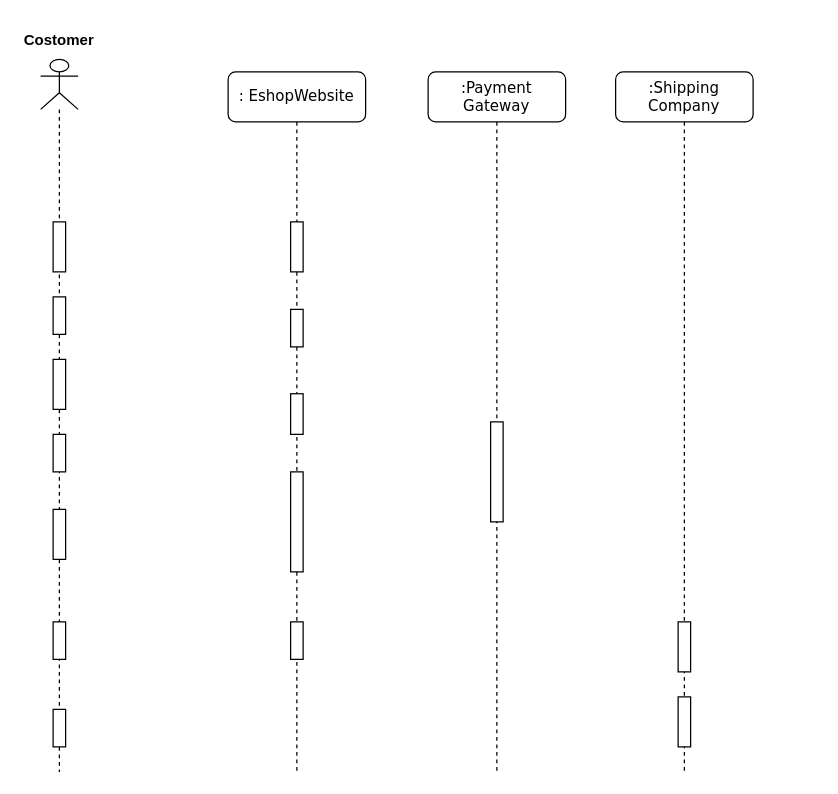
The draw.io diagram sequence Diagram.drawio in Arxonus/Programms, before the edit. Source tidied: cells renumbered, new cells numbered last; positions are measured from the earlier drawing's top-left corner, leaving out a move shared by most shapes. Both pictures are drawn from the tidied source at 125%, with x=0, y=0 at pixel (21, 21).
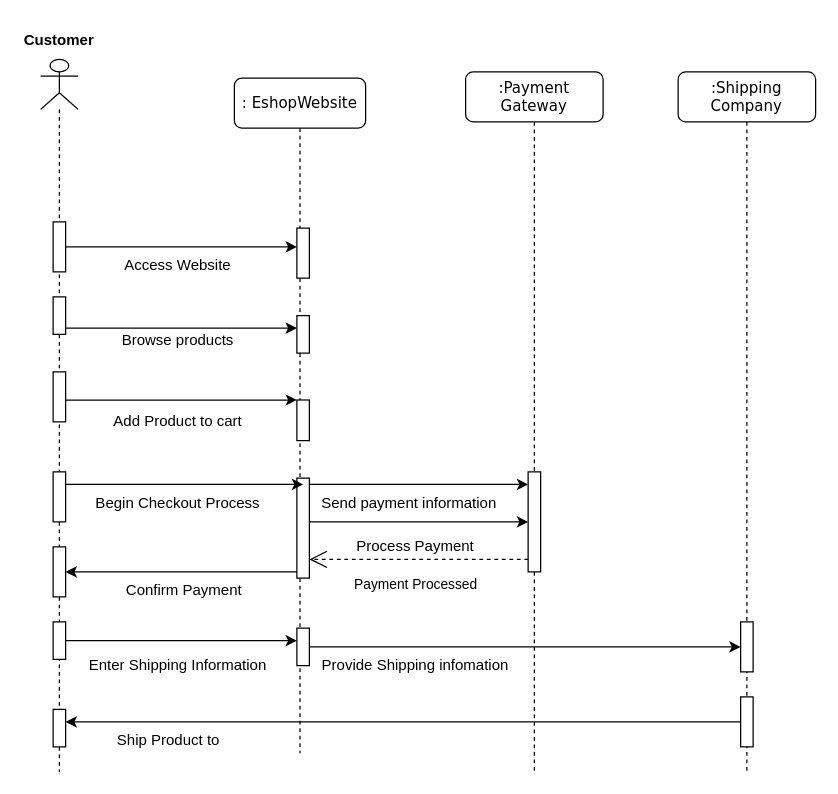
Above is the later version.

The change refers to these unchanged cells:
```xml
<mxCell id="3" style="html=1;points=[];perimeter=orthogonalPerimeter;outlineConnect=0;targetShapes=umlLifeline;portConstraint=eastwest;newEdgeStyle={&quot;edgeStyle&quot;:&quot;elbowEdgeStyle&quot;,&quot;elbow&quot;:&quot;vertical&quot;,&quot;curved&quot;:0,&quot;rounded&quot;:0};" parent="2" vertex="1">
  <mxGeometry x="50" y="120" width="10" height="40" as="geometry" />
</mxCell>
<mxCell id="4" style="html=1;points=[];perimeter=orthogonalPerimeter;outlineConnect=0;targetShapes=umlLifeline;portConstraint=eastwest;newEdgeStyle={&quot;edgeStyle&quot;:&quot;elbowEdgeStyle&quot;,&quot;elbow&quot;:&quot;vertical&quot;,&quot;curved&quot;:0,&quot;rounded&quot;:0};" parent="2" vertex="1">
  <mxGeometry x="50" y="190" width="10" height="30" as="geometry" />
</mxCell>
<mxCell id="5" style="html=1;points=[];perimeter=orthogonalPerimeter;outlineConnect=0;targetShapes=umlLifeline;portConstraint=eastwest;newEdgeStyle={&quot;edgeStyle&quot;:&quot;elbowEdgeStyle&quot;,&quot;elbow&quot;:&quot;vertical&quot;,&quot;curved&quot;:0,&quot;rounded&quot;:0};" parent="2" vertex="1">
  <mxGeometry x="50" y="257.5" width="10" height="32.5" as="geometry" />
</mxCell>
<mxCell id="6" style="html=1;points=[];perimeter=orthogonalPerimeter;outlineConnect=0;targetShapes=umlLifeline;portConstraint=eastwest;newEdgeStyle={&quot;edgeStyle&quot;:&quot;elbowEdgeStyle&quot;,&quot;elbow&quot;:&quot;vertical&quot;,&quot;curved&quot;:0,&quot;rounded&quot;:0};" parent="2" vertex="1">
  <mxGeometry x="50" y="320" width="10" height="80" as="geometry" />
</mxCell>
<mxCell id="7" style="html=1;points=[];perimeter=orthogonalPerimeter;outlineConnect=0;targetShapes=umlLifeline;portConstraint=eastwest;newEdgeStyle={&quot;edgeStyle&quot;:&quot;elbowEdgeStyle&quot;,&quot;elbow&quot;:&quot;vertical&quot;,&quot;curved&quot;:0,&quot;rounded&quot;:0};" parent="2" vertex="1">
  <mxGeometry x="50" y="440" width="10" height="30" as="geometry" />
</mxCell>
<mxCell id="12" style="html=1;points=[];perimeter=orthogonalPerimeter;outlineConnect=0;targetShapes=umlLifeline;portConstraint=eastwest;newEdgeStyle={&quot;edgeStyle&quot;:&quot;elbowEdgeStyle&quot;,&quot;elbow&quot;:&quot;vertical&quot;,&quot;curved&quot;:0,&quot;rounded&quot;:0};" parent="10" vertex="1">
  <mxGeometry x="50" y="500" width="10" height="40" as="geometry" />
</mxCell>
<mxCell id="13" style="shape=umlLifeline;perimeter=lifelinePerimeter;whiteSpace=wrap;html=1;newEdgeStyle={&quot;edgeStyle&quot;:&quot;elbowEdgeStyle&quot;,&quot;elbow&quot;:&quot;vertical&quot;,&quot;curved&quot;:0,&quot;rounded&quot;:0};participant=umlActor;" parent="1" vertex="1">
  <mxGeometry x="15" y="30" width="30" height="570" as="geometry" />
</mxCell>
<mxCell id="14" style="html=1;points=[];perimeter=orthogonalPerimeter;outlineConnect=0;targetShapes=umlLifeline;portConstraint=eastwest;newEdgeStyle={&quot;edgeStyle&quot;:&quot;elbowEdgeStyle&quot;,&quot;elbow&quot;:&quot;vertical&quot;,&quot;curved&quot;:0,&quot;rounded&quot;:0};" parent="13" vertex="1">
  <mxGeometry x="10" y="130" width="10" height="40" as="geometry" />
</mxCell>
<mxCell id="15" style="html=1;points=[];perimeter=orthogonalPerimeter;outlineConnect=0;targetShapes=umlLifeline;portConstraint=eastwest;newEdgeStyle={&quot;edgeStyle&quot;:&quot;elbowEdgeStyle&quot;,&quot;elbow&quot;:&quot;vertical&quot;,&quot;curved&quot;:0,&quot;rounded&quot;:0};" parent="13" vertex="1">
  <mxGeometry x="10" y="190" width="10" height="30" as="geometry" />
</mxCell>
<mxCell id="19" style="html=1;points=[];perimeter=orthogonalPerimeter;outlineConnect=0;targetShapes=umlLifeline;portConstraint=eastwest;newEdgeStyle={&quot;edgeStyle&quot;:&quot;elbowEdgeStyle&quot;,&quot;elbow&quot;:&quot;vertical&quot;,&quot;curved&quot;:0,&quot;rounded&quot;:0};" parent="13" vertex="1">
  <mxGeometry x="10" y="450" width="10" height="30" as="geometry" />
</mxCell>
<mxCell id="20" style="html=1;points=[];perimeter=orthogonalPerimeter;outlineConnect=0;targetShapes=umlLifeline;portConstraint=eastwest;newEdgeStyle={&quot;edgeStyle&quot;:&quot;elbowEdgeStyle&quot;,&quot;elbow&quot;:&quot;vertical&quot;,&quot;curved&quot;:0,&quot;rounded&quot;:0};" parent="13" vertex="1">
  <mxGeometry x="10" y="520" width="10" height="30" as="geometry" />
</mxCell>
```

Diff of the diagram source:
```diff
@@
     <mxCell id="2" value=": EshopWebsite" style="shape=umlLifeline;perimeter=lifelinePerimeter;whiteSpace=wrap;html=1;rounded=1;shadow=0;comic=0;labelBackgroundColor=none;strokeWidth=1;fontFamily=Verdana;fontSize=12;align=center;" parent="1" vertex="1">
-      <mxGeometry x="165" y="40" width="110" height="560" as="geometry" />
+      <mxGeometry x="170" y="45" width="105" height="540" as="geometry" />
     </mxCell>
@@
     <mxCell id="8" value=":Payment&lt;br&gt;Gateway" style="shape=umlLifeline;perimeter=lifelinePerimeter;whiteSpace=wrap;html=1;rounded=1;shadow=0;comic=0;labelBackgroundColor=none;strokeWidth=1;fontFamily=Verdana;fontSize=12;align=center;" parent="1" vertex="1">
-      <mxGeometry x="325" y="40" width="110" height="560" as="geometry" />
+      <mxGeometry x="355" y="40" width="110" height="560" as="geometry" />
     </mxCell>
     <mxCell id="9" style="html=1;points=[];perimeter=orthogonalPerimeter;outlineConnect=0;targetShapes=umlLifeline;portConstraint=eastwest;newEdgeStyle={&quot;edgeStyle&quot;:&quot;elbowEdgeStyle&quot;,&quot;elbow&quot;:&quot;vertical&quot;,&quot;curved&quot;:0,&quot;rounded&quot;:0};" parent="8" vertex="1">
-      <mxGeometry x="50" y="280" width="10" height="80" as="geometry" />
+      <mxGeometry x="50" y="320" width="10" height="80" as="geometry" />
     </mxCell>
+    <mxCell id="22" value="Send payment information" style="text;html=1;strokeColor=none;fillColor=none;align=center;verticalAlign=middle;whiteSpace=wrap;rounded=0;" parent="8" vertex="1">
+      <mxGeometry x="-130" y="330" width="170" height="30" as="geometry" />
+    </mxCell>
     <mxCell id="10" value=":Shipping&lt;br&gt;Company" style="shape=umlLifeline;perimeter=lifelinePerimeter;whiteSpace=wrap;html=1;rounded=1;shadow=0;comic=0;labelBackgroundColor=none;strokeWidth=1;fontFamily=Verdana;fontSize=12;align=center;" parent="1" vertex="1">
-      <mxGeometry x="475" y="40" width="110" height="560" as="geometry" />
+      <mxGeometry x="525" y="40" width="110" height="560" as="geometry" />
     </mxCell>
@@
     <mxCell id="16" style="html=1;points=[];perimeter=orthogonalPerimeter;outlineConnect=0;targetShapes=umlLifeline;portConstraint=eastwest;newEdgeStyle={&quot;edgeStyle&quot;:&quot;elbowEdgeStyle&quot;,&quot;elbow&quot;:&quot;vertical&quot;,&quot;curved&quot;:0,&quot;rounded&quot;:0};" parent="13" vertex="1">
-      <mxGeometry x="10" y="240" width="10" height="40" as="geometry" />
+      <mxGeometry x="10" y="250" width="10" height="40" as="geometry" />
     </mxCell>
     <mxCell id="17" style="html=1;points=[];perimeter=orthogonalPerimeter;outlineConnect=0;targetShapes=umlLifeline;portConstraint=eastwest;newEdgeStyle={&quot;edgeStyle&quot;:&quot;elbowEdgeStyle&quot;,&quot;elbow&quot;:&quot;vertical&quot;,&quot;curved&quot;:0,&quot;rounded&quot;:0};" parent="13" vertex="1">
-      <mxGeometry x="10" y="300" width="10" height="30" as="geometry" />
+      <mxGeometry x="10" y="330" width="10" height="40" as="geometry" />
     </mxCell>
     <mxCell id="18" style="html=1;points=[];perimeter=orthogonalPerimeter;outlineConnect=0;targetShapes=umlLifeline;portConstraint=eastwest;newEdgeStyle={&quot;edgeStyle&quot;:&quot;elbowEdgeStyle&quot;,&quot;elbow&quot;:&quot;vertical&quot;,&quot;curved&quot;:0,&quot;rounded&quot;:0};" parent="13" vertex="1">
-      <mxGeometry x="10" y="360" width="10" height="40" as="geometry" />
+      <mxGeometry x="10" y="390" width="10" height="40" as="geometry" />
     </mxCell>
@@
-    <mxCell id="21" value="&lt;b&gt;Costomer&lt;/b&gt;" style="text;html=1;strokeColor=none;fillColor=none;align=center;verticalAlign=middle;whiteSpace=wrap;rounded=0;" parent="1" vertex="1">
+    <mxCell id="21" value="&lt;b&gt;Customer&lt;/b&gt;" style="text;html=1;strokeColor=none;fillColor=none;align=center;verticalAlign=middle;whiteSpace=wrap;rounded=0;" parent="1" vertex="1">
       <mxGeometry width="60" height="30" as="geometry" />
     </mxCell>
+    <mxCell id="23" style="endArrow=classic;html=1;rounded=0;" parent="1" edge="1" source="14" target="3">
+      <mxGeometry relative="1" as="geometry" />
+    </mxCell>
+    <mxCell id="24" value="Access Website" style="text;html=1;strokeColor=none;fillColor=none;align=center;verticalAlign=middle;whiteSpace=wrap;rounded=0;" parent="1" vertex="1">
+      <mxGeometry x="80" y="180" width="90" height="30" as="geometry" />
+    </mxCell>
+    <mxCell id="25" style="endArrow=classic;html=1;rounded=0;entryX=0;entryY=0.333;entryDx=0;entryDy=0;entryPerimeter=0;" parent="1" edge="1" source="15" target="4">
+      <mxGeometry relative="1" as="geometry" />
+    </mxCell>
+    <mxCell id="26" style="endArrow=classic;html=1;rounded=0;" parent="1" edge="1" source="16" target="5">
+      <mxGeometry relative="1" as="geometry" />
+    </mxCell>
+    <mxCell id="27" style="endArrow=classic;html=1;rounded=0;entryX=0;entryY=0;entryDx=0;entryDy=0;" parent="1" edge="1" source="17" target="22">
+      <mxGeometry relative="1" as="geometry">
+        <Array as="points">
+          <mxPoint x="115" y="370" />
+        </Array>
+      </mxGeometry>
+    </mxCell>
+    <mxCell id="28" style="endArrow=classic;html=1;rounded=0;" parent="1" edge="1" source="6" target="9">
+      <mxGeometry relative="1" as="geometry">
+        <Array as="points">
+          <mxPoint x="295" y="370" />
+        </Array>
+      </mxGeometry>
+    </mxCell>
+    <mxCell id="29" style="endArrow=classic;html=1;rounded=0;" parent="1" edge="1" source="6" target="9">
+      <mxGeometry relative="1" as="geometry">
+        <Array as="points">
+          <mxPoint x="305" y="400" />
+        </Array>
+      </mxGeometry>
+    </mxCell>
+    <mxCell id="30" value="Payment Processed" style="endArrow=open;endSize=12;dashed=1;html=1;rounded=0;" parent="1" edge="1" source="9" target="6">
+      <mxGeometry x="0.03" y="20" relative="1" as="geometry">
+        <Array as="points">
+          <mxPoint x="325" y="430" />
+        </Array>
+      </mxGeometry>
+    </mxCell>
+    <mxCell id="31" style="endArrow=classic;html=1;rounded=0;" parent="1" edge="1" source="6" target="18">
+      <mxGeometry relative="1" as="geometry">
+        <Array as="points">
+          <mxPoint x="125" y="440" />
+        </Array>
+      </mxGeometry>
+    </mxCell>
+    <mxCell id="32" value="Begin Checkout Process" style="text;html=1;strokeColor=none;fillColor=none;align=center;verticalAlign=middle;whiteSpace=wrap;rounded=0;" parent="1" vertex="1">
+      <mxGeometry x="50" y="370" width="150" height="30" as="geometry" />
+    </mxCell>
+    <mxCell id="33" value="Browse products" style="text;html=1;strokeColor=none;fillColor=none;align=center;verticalAlign=middle;whiteSpace=wrap;rounded=0;" parent="1" vertex="1">
+      <mxGeometry x="65" y="240" width="120" height="30" as="geometry" />
+    </mxCell>
+    <mxCell id="34" value="Add Product to cart" style="text;html=1;strokeColor=none;fillColor=none;align=center;verticalAlign=middle;whiteSpace=wrap;rounded=0;" parent="1" vertex="1">
+      <mxGeometry x="65" y="305" width="120" height="30" as="geometry" />
+    </mxCell>
+    <mxCell id="35" value="Confirm Payment" style="text;html=1;strokeColor=none;fillColor=none;align=center;verticalAlign=middle;whiteSpace=wrap;rounded=0;" parent="1" vertex="1">
+      <mxGeometry x="65" y="440" width="130" height="30" as="geometry" />
+    </mxCell>
+    <mxCell id="36" style="endArrow=classic;html=1;rounded=0;" parent="1" edge="1" source="19" target="7">
+      <mxGeometry relative="1" as="geometry" />
+    </mxCell>
+    <mxCell id="37" value="Enter Shipping Information" style="text;html=1;strokeColor=none;fillColor=none;align=center;verticalAlign=middle;whiteSpace=wrap;rounded=0;" parent="1" vertex="1">
+      <mxGeometry x="45" y="500" width="160" height="30" as="geometry" />
+    </mxCell>
+    <mxCell id="38" style="endArrow=classic;html=1;rounded=0;" parent="1" edge="1" source="12" target="20">
+      <mxGeometry relative="1" as="geometry" />
+    </mxCell>
+    <mxCell id="39" value="Ship Product to" style="text;html=1;strokeColor=none;fillColor=none;align=center;verticalAlign=middle;whiteSpace=wrap;rounded=0;" parent="1" vertex="1">
+      <mxGeometry x="60" y="560" width="115" height="30" as="geometry" />
+    </mxCell>
+    <mxCell id="40" style="endArrow=classic;html=1;rounded=0;" parent="1" edge="1" source="7">
+      <mxGeometry relative="1" as="geometry">
+        <mxPoint x="575" y="500" as="targetPoint" />
+      </mxGeometry>
+    </mxCell>
+    <mxCell id="41" value="Process Payment" style="text;html=1;strokeColor=none;fillColor=none;align=center;verticalAlign=middle;whiteSpace=wrap;rounded=0;" parent="1" vertex="1">
+      <mxGeometry x="255" y="405" width="120" height="30" as="geometry" />
+    </mxCell>
+    <mxCell id="42" value="Provide Shipping infomation" style="text;html=1;strokeColor=none;fillColor=none;align=center;verticalAlign=middle;whiteSpace=wrap;rounded=0;" parent="1" vertex="1">
+      <mxGeometry x="235" y="500" width="160" height="30" as="geometry" />
+    </mxCell>
```
